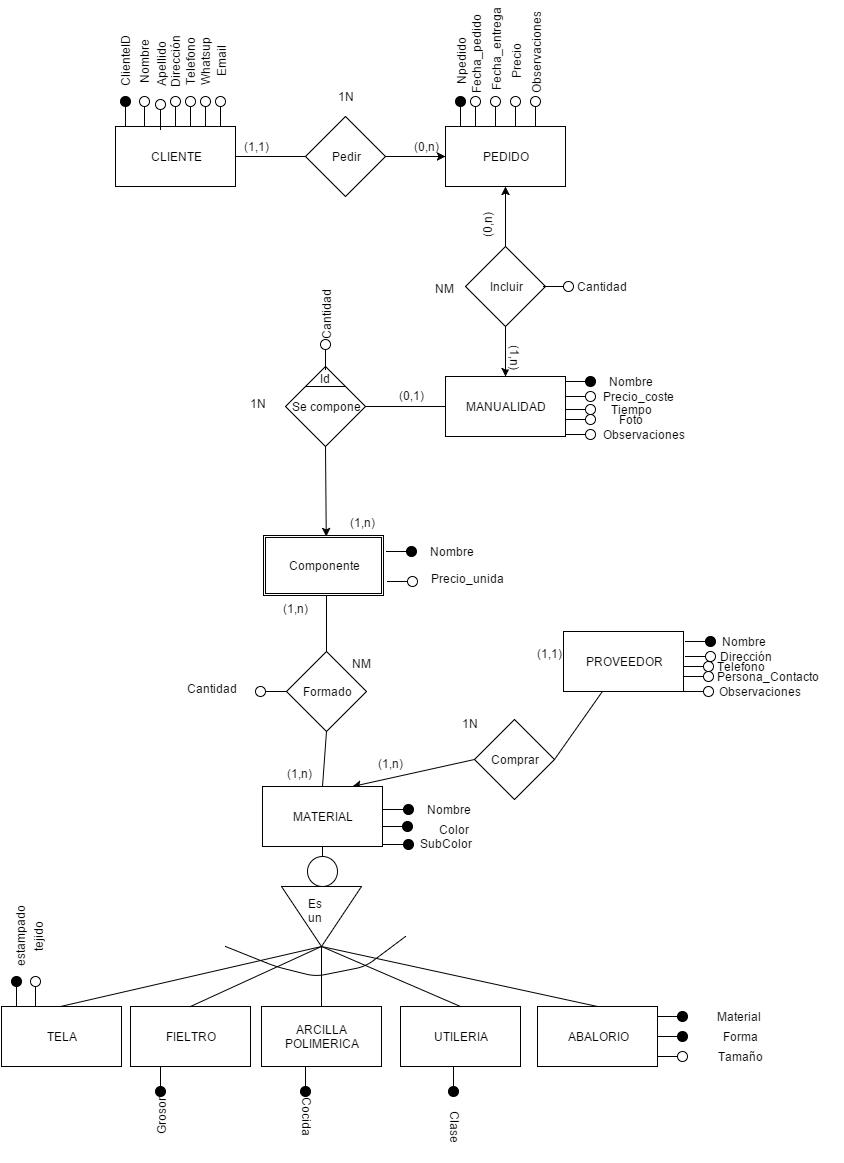
Before: desvan de mika.png, a diagram exported from draw.io (jaborfer/proyectobbdd). Source tidied: cells renumbered, new cells last; positions are measured from the earlier drawing's top-left corner, leaving out a move shared by most shapes.
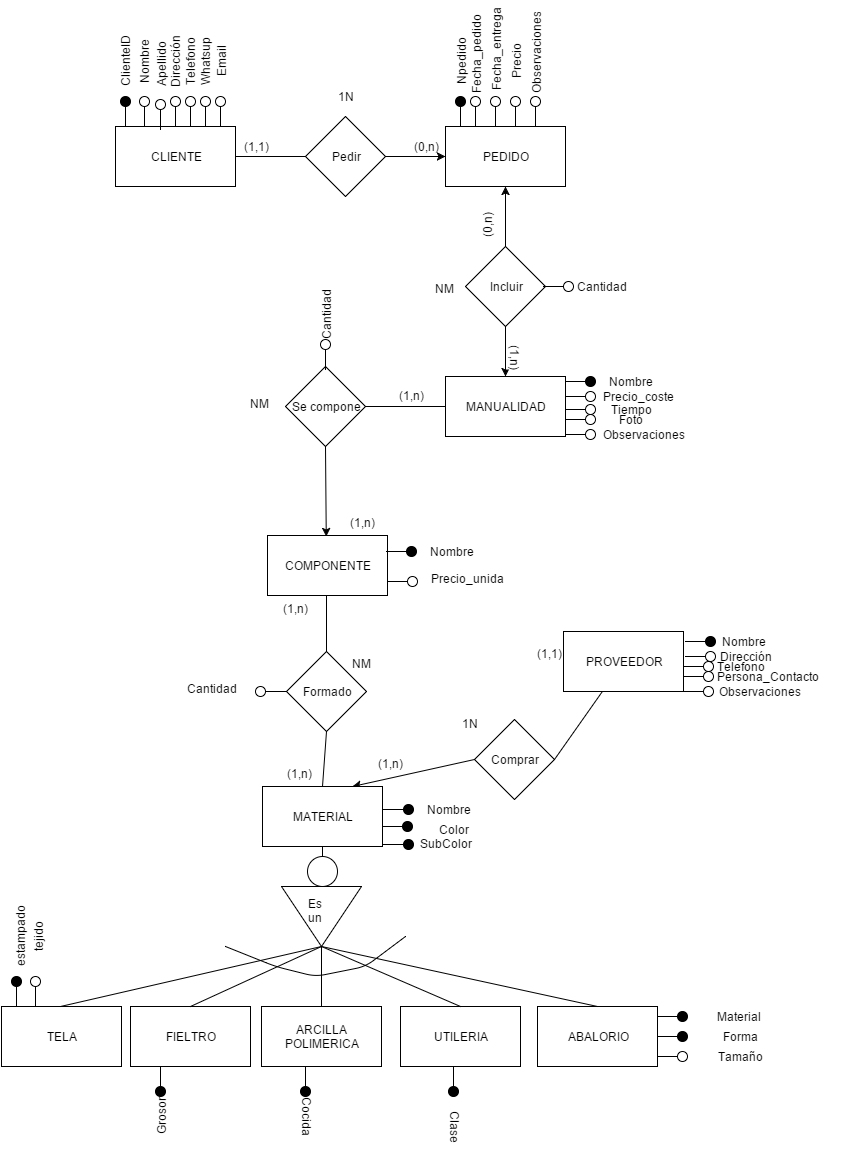
Later version of the same file.

Change to the diagram source:
```diff
@@ -179,7 +179,7 @@
         <mxPoint x="342" y="557" as="sourcePoint" />
       </mxGeometry>
     </mxCell>
-    <mxCell id="58" value="1N" style="text;html=1;align=left;verticalAlign=top;spacingTop=-4;" parent="1" vertex="1">
+    <mxCell id="58" value="NM" style="text;html=1;align=left;verticalAlign=top;spacingTop=-4;" parent="1" vertex="1">
       <mxGeometry x="264" y="357" width="30" height="20" as="geometry" />
     </mxCell>
     <mxCell id="59" style="shape=lollipop;direction=south;html=1;fillColor=none;rotation=-90;" parent="1" vertex="1">
@@ -191,7 +191,7 @@
     <mxCell id="61" value="(1,n)" style="text;html=1;align=left;verticalAlign=top;spacingTop=-4;" parent="1" vertex="1">
       <mxGeometry x="364" y="476" width="40" height="20" as="geometry" />
     </mxCell>
-    <mxCell id="62" value="(0,1)" style="text;html=1;align=left;verticalAlign=top;spacingTop=-4;" parent="1" vertex="1">
+    <mxCell id="62" value="(1,n)" style="text;html=1;align=left;verticalAlign=top;spacingTop=-4;" parent="1" vertex="1">
       <mxGeometry x="413" y="349" width="40" height="20" as="geometry" />
     </mxCell>
     <mxCell id="63" style="edgeStyle=none;rounded=0;html=1;exitX=0;exitY=0.5;entryX=0.5;entryY=1;startArrow=none;startFill=0;endArrow=none;endFill=0;jettySize=auto;" parent="1" edge="1" source="69" target="70">
@@ -393,15 +393,6 @@
     <mxCell id="125" style="shape=lollipop;direction=south;html=1;fillColor=#000000;rotation=0;" parent="1" vertex="1">
       <mxGeometry x="402" y="507" width="30" height="10" as="geometry" />
     </mxCell>
-    <mxCell id="126" value="Componente" style="shape=ext;double=1;whiteSpace=wrap;html=1;fillColor=none;" parent="1" vertex="1">
-      <mxGeometry x="279" y="496" width="120" height="60" as="geometry" />
-    </mxCell>
-    <mxCell id="127" style="edgeStyle=none;rounded=0;html=1;exitX=0;exitY=0;entryX=1;entryY=0;startArrow=none;startFill=0;endArrow=none;endFill=0;jettySize=auto;orthogonalLoop=1;" parent="1" edge="1" source="53" target="53">
-      <mxGeometry relative="1" as="geometry" />
-    </mxCell>
-    <mxCell id="128" value="Id" style="text;html=1;align=left;verticalAlign=top;spacingTop=-4;" parent="1" vertex="1">
-      <mxGeometry x="334" y="332" width="30" height="20" as="geometry" />
-    </mxCell>
     <mxCell id="129" value="SubColor" style="text;html=1;align=left;verticalAlign=top;spacingTop=-4;" parent="1" vertex="1">
       <mxGeometry x="434" y="797" width="70" height="20" as="geometry" />
     </mxCell>
@@ -420,5 +411,8 @@
     <mxCell id="134" value="Clase" style="text;html=1;strokeColor=none;fillColor=none;align=center;verticalAlign=middle;whiteSpace=wrap;overflow=hidden;rotation=90;" parent="1" vertex="1">
       <mxGeometry x="436" y="1077" width="70" height="20" as="geometry" />
     </mxCell>
+    <mxCell id="135" value="COMPONENTE" style="whiteSpace=wrap;html=1;fillColor=none;" parent="1" vertex="1">
+      <mxGeometry x="283" y="496" width="120" height="60" as="geometry" />
+    </mxCell>
   </root>
 </mxGraphModel>
```
